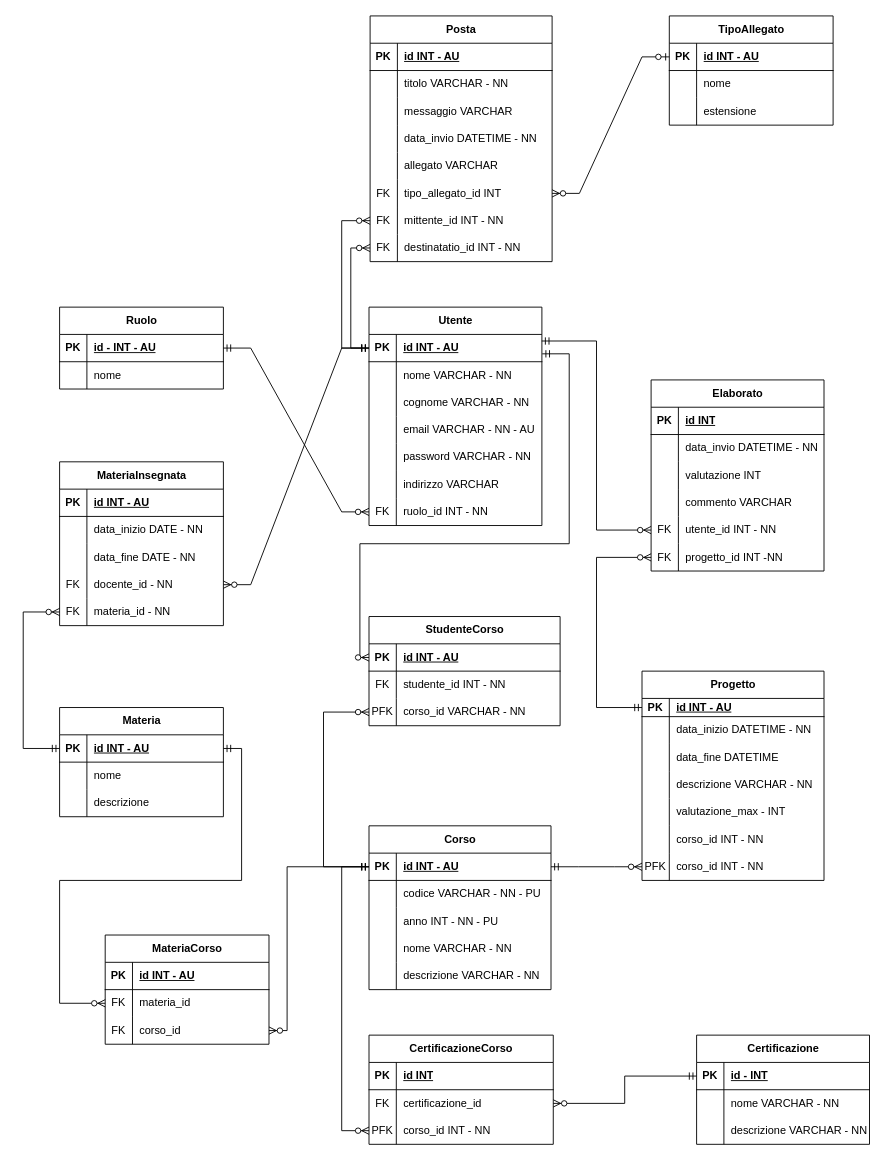
Before: src/main/resources/static/Info_School_Logic.drawio in FabioSarci/InfoSchool, a draw.io diagram. Source tidied: cells renumbered, new cells numbered last; positions are measured from the earlier drawing's top-left corner, leaving out a move shared by most shapes. Both pictures are drawn from the tidied source at 91%, with x=0, y=0 at pixel (23, 15).
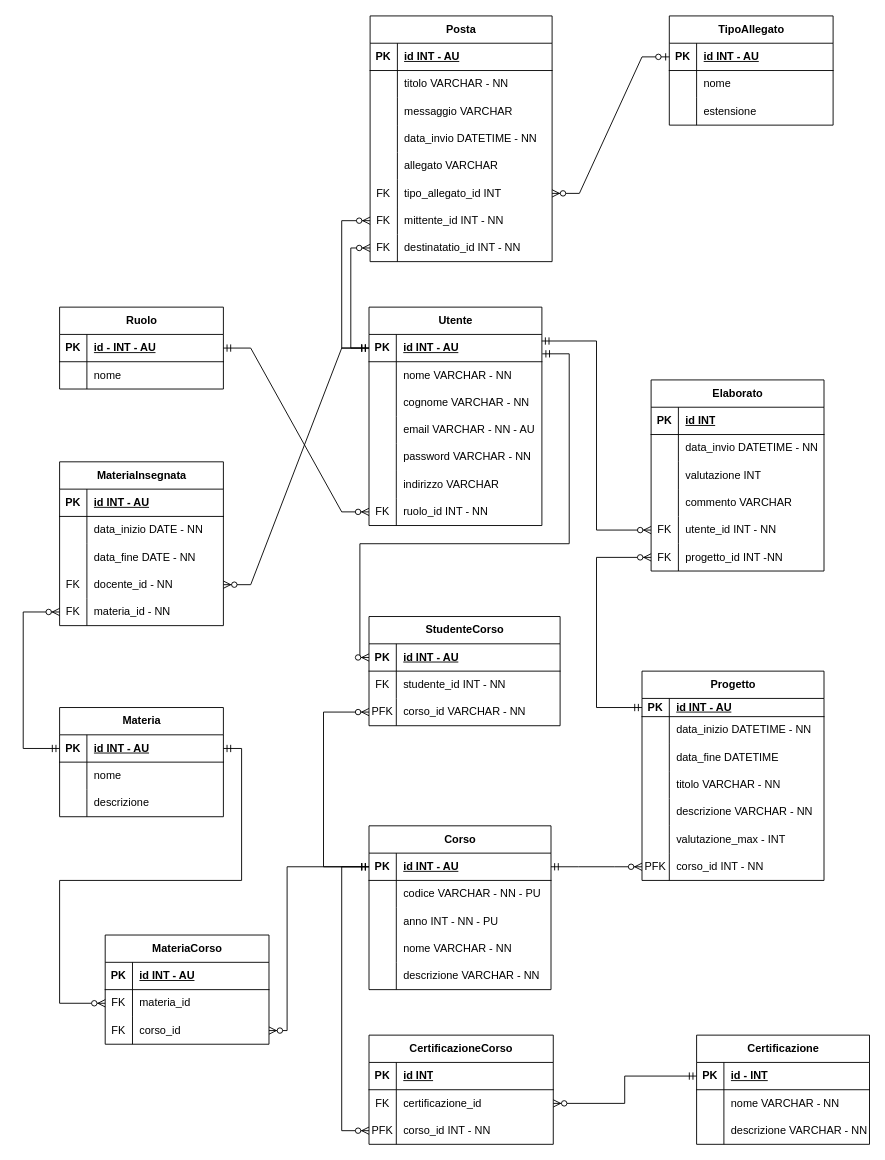
Above is the later version.

The change refers to these unchanged cells:
```xml
<mxCell id="42" value="Progetto" style="shape=table;startSize=30;childLayout=tableLayout;rowLines=0;fontStyle=1;align=center;html=1;" parent="1" vertex="1">
  <mxGeometry x="680" y="720" width="200" height="230" as="geometry" />
</mxCell>
```

What changed in the source:
```diff
@@
+    <mxCell id="204" style="shape=tableRow;horizontal=0;startSize=0;swimlaneHead=0;swimlaneBody=0;fillColor=none;top=0;left=0;right=0;bottom=0;" parent="42" vertex="1">
+      <mxGeometry y="110" width="200" height="30" as="geometry" />
+    </mxCell>
+    <mxCell id="59" style="shape=partialRectangle;fillColor=none;top=0;left=0;bottom=0;right=0;overflow=hidden;whiteSpace=wrap;html=1;" parent="204" vertex="1">
+      <mxGeometry width="30" height="30" as="geometry" />
+    </mxCell>
+    <mxCell id="205" value="titolo VARCHAR - NN" style="shape=partialRectangle;fillColor=none;top=0;left=0;bottom=0;right=0;align=left;spacingLeft=6;overflow=hidden;whiteSpace=wrap;html=1;" parent="204" vertex="1">
+      <mxGeometry x="30" width="170" height="30" as="geometry" />
+    </mxCell>
     <mxCell id="52" style="shape=tableRow;horizontal=0;startSize=0;swimlaneHead=0;swimlaneBody=0;fillColor=none;top=0;left=0;right=0;bottom=0;" parent="42" vertex="1">
-      <mxGeometry y="110" width="200" height="30" as="geometry" />
+      <mxGeometry y="140" width="200" height="30" as="geometry" />
     </mxCell>
@@
     <mxCell id="55" style="shape=tableRow;horizontal=0;startSize=0;swimlaneHead=0;swimlaneBody=0;fillColor=none;top=0;left=0;right=0;bottom=0;" parent="42" vertex="1">
-      <mxGeometry y="140" width="200" height="30" as="geometry" />
+      <mxGeometry y="170" width="200" height="30" as="geometry" />
     </mxCell>
@@
-    <mxCell id="58" style="shape=tableRow;horizontal=0;startSize=0;swimlaneHead=0;swimlaneBody=0;fillColor=none;top=0;left=0;right=0;bottom=0;" parent="42" vertex="1">
-      <mxGeometry y="170" width="200" height="30" as="geometry" />
-    </mxCell>
-    <mxCell id="59" style="shape=partialRectangle;fillColor=none;top=0;left=0;bottom=0;right=0;overflow=hidden;whiteSpace=wrap;html=1;" parent="58" vertex="1">
-      <mxGeometry width="30" height="30" as="geometry" />
-    </mxCell>
-    <mxCell id="60" value="corso_id INT - NN" style="shape=partialRectangle;fillColor=none;top=0;left=0;bottom=0;right=0;align=left;spacingLeft=6;overflow=hidden;whiteSpace=wrap;html=1;" parent="58" vertex="1">
-      <mxGeometry x="30" width="170" height="30" as="geometry" />
-    </mxCell>
```
